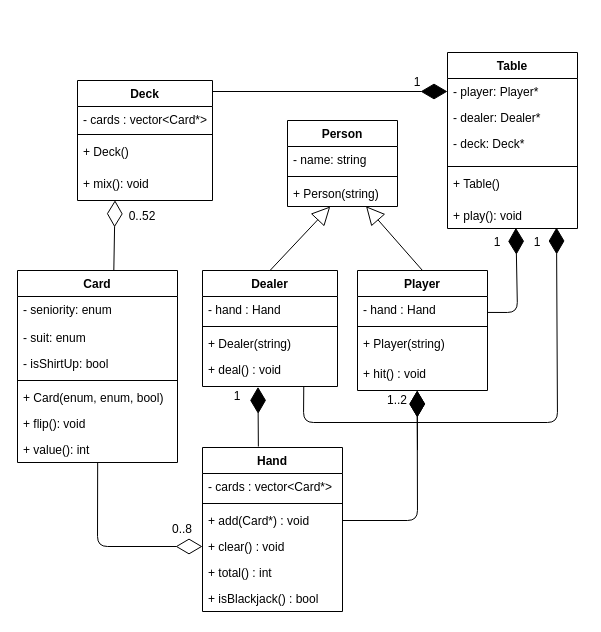
Above: docs/black_jack.drawio in oasiskharkov/Blackjack (draw.io), before the change. Source tidied: cells renumbered, new cells numbered last; positions are measured from the earlier drawing's top-left corner, leaving out a move shared by most shapes. Both pictures are drawn from the tidied source at 100%, with x=0, y=0 at pixel (17, 52).
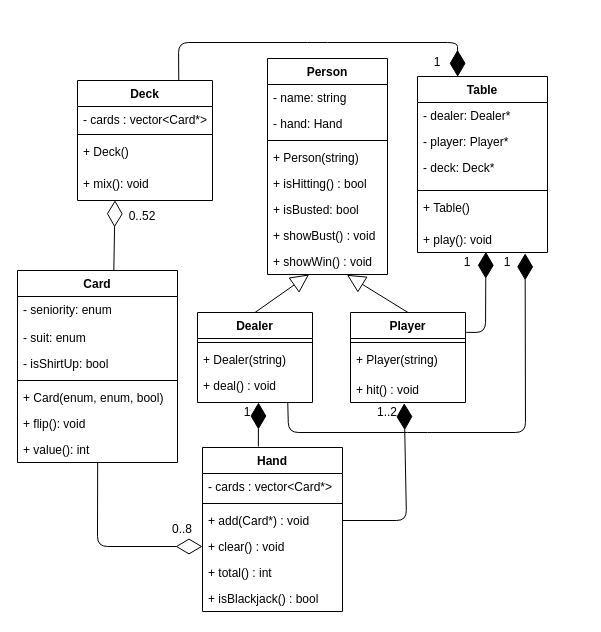
After the change.

Unchanged cells that the change refers to:
```xml
<mxCell id="10" value="Deck" style="swimlane;fontStyle=1;align=center;verticalAlign=top;horizontal=1;startSize=26;comic=0;" parent="1" vertex="1">
  <mxGeometry x="60" y="28" width="135" height="120" as="geometry" />
</mxCell>
<mxCell id="37" value="+ play(): void" style="text;strokeColor=none;fillColor=none;align=left;verticalAlign=top;spacingLeft=4;spacingRight=4;overflow=hidden;points=[[0,0.5],[1,0.5]];portConstraint=eastwest;comic=0;" parent="31" vertex="1">
  <mxGeometry y="150" width="130" height="26" as="geometry" />
</mxCell>
<mxCell id="46" value="Hand&#10;" style="swimlane;fontStyle=1;align=center;verticalAlign=top;horizontal=1;startSize=26;" parent="1" vertex="1">
  <mxGeometry x="185" y="395" width="140" height="164" as="geometry" />
</mxCell>
<mxCell id="49" value="+ add(Card*) : void" style="text;strokeColor=none;fillColor=none;align=left;verticalAlign=top;spacingLeft=4;spacingRight=4;overflow=hidden;points=[[0,0.5],[1,0.5]];portConstraint=eastwest;" parent="46" vertex="1">
  <mxGeometry y="60" width="140" height="26" as="geometry" />
</mxCell>
```

The edit, as a diff of the source:
```diff
@@
     <mxCell id="15" value="Person" style="swimlane;fontStyle=1;align=center;verticalAlign=top;horizontal=1;startSize=26;comic=0;" parent="1" vertex="1">
-      <mxGeometry x="270" y="68" width="110" height="86" as="geometry" />
+      <mxGeometry x="250" y="6" width="120" height="216" as="geometry" />
     </mxCell>
     <mxCell id="16" value="- name: string" style="text;strokeColor=none;fillColor=none;align=left;verticalAlign=top;spacingLeft=4;spacingRight=4;overflow=hidden;" parent="15" vertex="1">
-      <mxGeometry y="26" width="110" height="26" as="geometry" />
+      <mxGeometry y="26" width="120" height="26" as="geometry" />
     </mxCell>
+    <mxCell id="60" value="- hand: Hand" style="text;strokeColor=none;fillColor=none;align=left;verticalAlign=top;spacingLeft=4;spacingRight=4;overflow=hidden;" parent="15" vertex="1">
+      <mxGeometry y="52" width="120" height="26" as="geometry" />
+    </mxCell>
     <mxCell id="17" style="line;strokeWidth=1;fillColor=none;align=left;verticalAlign=middle;spacingTop=-1;spacingLeft=3;spacingRight=3;labelPosition=right;" parent="15" vertex="1">
-      <mxGeometry y="52" width="110" height="8" as="geometry" />
+      <mxGeometry y="78" width="120" height="8" as="geometry" />
     </mxCell>
     <mxCell id="18" value="+ Person(string)" style="text;strokeColor=none;fillColor=none;align=left;verticalAlign=top;spacingLeft=4;spacingRight=4;overflow=hidden;points=[[0,0.5],[1,0.5]];portConstraint=eastwest;" parent="15" vertex="1">
-      <mxGeometry y="60" width="110" height="26" as="geometry" />
+      <mxGeometry y="86" width="120" height="26" as="geometry" />
     </mxCell>
+    <mxCell id="61" value="+ isHitting() : bool&#10;" style="text;strokeColor=none;fillColor=none;align=left;verticalAlign=top;spacingLeft=4;spacingRight=4;overflow=hidden;" parent="15" vertex="1">
+      <mxGeometry y="112" width="120" height="26" as="geometry" />
+    </mxCell>
+    <mxCell id="62" value="+ isBusted: bool" style="text;strokeColor=none;fillColor=none;align=left;verticalAlign=top;spacingLeft=4;spacingRight=4;overflow=hidden;" parent="15" vertex="1">
+      <mxGeometry y="138" width="120" height="26" as="geometry" />
+    </mxCell>
+    <mxCell id="63" value="+ showBust() : void" style="text;strokeColor=none;fillColor=none;align=left;verticalAlign=top;spacingLeft=4;spacingRight=4;overflow=hidden;" parent="15" vertex="1">
+      <mxGeometry y="164" width="120" height="26" as="geometry" />
+    </mxCell>
+    <mxCell id="64" value="+ showWin() : void" style="text;strokeColor=none;fillColor=none;align=left;verticalAlign=top;spacingLeft=4;spacingRight=4;overflow=hidden;points=[[0,0.5],[1,0.5]];portConstraint=eastwest;" parent="15" vertex="1">
+      <mxGeometry y="190" width="120" height="26" as="geometry" />
+    </mxCell>
     <mxCell id="19" value="Dealer" style="swimlane;fontStyle=1;align=center;verticalAlign=top;horizontal=1;startSize=26;comic=0;" parent="1" vertex="1">
-      <mxGeometry x="185" y="218" width="135" height="116" as="geometry" />
+      <mxGeometry x="180" y="260" width="115" height="90" as="geometry" />
     </mxCell>
-    <mxCell id="20" value="- hand : Hand  " style="text;strokeColor=none;fillColor=none;align=left;verticalAlign=top;spacingLeft=4;spacingRight=4;overflow=hidden;" parent="19" vertex="1">
-      <mxGeometry y="26" width="135" height="26" as="geometry" />
-    </mxCell>
     <mxCell id="21" style="line;strokeWidth=1;fillColor=none;align=left;verticalAlign=middle;spacingTop=-1;spacingLeft=3;spacingRight=3;labelPosition=right;" parent="19" vertex="1">
-      <mxGeometry y="52" width="135" height="8" as="geometry" />
+      <mxGeometry y="26" width="115" height="8" as="geometry" />
     </mxCell>
     <mxCell id="22" value="+ Dealer(string)" style="text;strokeColor=none;fillColor=none;align=left;verticalAlign=top;spacingLeft=4;spacingRight=4;overflow=hidden;comic=0;" parent="19" vertex="1">
-      <mxGeometry y="60" width="135" height="26" as="geometry" />
+      <mxGeometry y="34" width="115" height="26" as="geometry" />
     </mxCell>
     <mxCell id="23" value="+ deal() : void" style="text;strokeColor=none;fillColor=none;align=left;verticalAlign=top;spacingLeft=4;spacingRight=4;overflow=hidden;points=[[0,0.5],[1,0.5]];portConstraint=eastwest;" parent="19" vertex="1">
-      <mxGeometry y="86" width="135" height="30" as="geometry" />
+      <mxGeometry y="60" width="115" height="30" as="geometry" />
     </mxCell>
     <mxCell id="24" value="Player" style="swimlane;fontStyle=1;align=center;verticalAlign=top;horizontal=1;startSize=26;comic=0;" parent="1" vertex="1">
-      <mxGeometry x="340" y="218" width="130" height="120" as="geometry" />
+      <mxGeometry x="333" y="260" width="115" height="90" as="geometry" />
     </mxCell>
-    <mxCell id="25" value="- hand : Hand" style="text;strokeColor=none;fillColor=none;align=left;verticalAlign=top;spacingLeft=4;spacingRight=4;overflow=hidden;points=[[0,0.5],[1,0.5]];portConstraint=eastwest;" parent="24" vertex="1">
-      <mxGeometry y="26" width="130" height="26" as="geometry" />
-    </mxCell>
     <mxCell id="26" style="line;strokeWidth=1;fillColor=none;align=left;verticalAlign=middle;spacingTop=-1;spacingLeft=3;spacingRight=3;labelPosition=right;" parent="24" vertex="1">
-      <mxGeometry y="52" width="130" height="8" as="geometry" />
+      <mxGeometry y="26" width="115" height="8" as="geometry" />
     </mxCell>
     <mxCell id="27" value="+ Player(string)" style="text;strokeColor=none;fillColor=none;align=left;verticalAlign=top;spacingLeft=4;spacingRight=4;overflow=hidden;" parent="24" vertex="1">
-      <mxGeometry y="60" width="130" height="30" as="geometry" />
+      <mxGeometry y="34" width="115" height="30" as="geometry" />
     </mxCell>
     <mxCell id="28" value="+ hit() : void" style="text;strokeColor=none;fillColor=none;align=left;verticalAlign=top;spacingLeft=4;spacingRight=4;overflow=hidden;points=[[0,0.5],[1,0.5]];portConstraint=eastwest;comic=0;" parent="24" vertex="1">
-      <mxGeometry y="90" width="130" height="30" as="geometry" />
+      <mxGeometry y="64" width="115" height="26" as="geometry" />
     </mxCell>
-    <mxCell id="29" style="endArrow=block;endSize=16;endFill=0;html=1;exitX=0.5;exitY=0;exitDx=0;exitDy=0;" parent="1" edge="1" source="19" target="18">
+    <mxCell id="29" style="endArrow=block;endSize=16;endFill=0;html=1;exitX=0.5;exitY=0;exitDx=0;exitDy=0;" parent="1" edge="1" source="19" target="64">
       <mxGeometry relative="1" as="geometry" />
     </mxCell>
-    <mxCell id="30" style="endArrow=block;endSize=16;endFill=0;html=1;entryX=0.714;entryY=0.99;entryDx=0;entryDy=0;entryPerimeter=0;exitX=0.5;exitY=0;exitDx=0;exitDy=0;" parent="1" edge="1" source="24" target="18">
+    <mxCell id="30" style="endArrow=block;endSize=16;endFill=0;html=1;entryX=0.662;entryY=1.013;entryDx=0;entryDy=0;entryPerimeter=0;exitX=0.5;exitY=0;exitDx=0;exitDy=0;" parent="1" edge="1" source="24" target="64">
       <mxGeometry relative="1" as="geometry" />
     </mxCell>
     <mxCell id="31" value="Table" style="swimlane;fontStyle=1;align=center;verticalAlign=top;horizontal=1;startSize=26;comic=0;" parent="1" vertex="1">
-      <mxGeometry x="430" width="130" height="176" as="geometry" />
+      <mxGeometry x="400" y="24" width="130" height="176" as="geometry" />
     </mxCell>
+    <mxCell id="33" value="- dealer: Dealer*" style="text;strokeColor=none;fillColor=none;align=left;verticalAlign=top;spacingLeft=4;spacingRight=4;overflow=hidden;comic=0;" parent="31" vertex="1">
+      <mxGeometry y="26" width="130" height="26" as="geometry" />
+    </mxCell>
     <mxCell id="32" value="- player: Player*" style="text;strokeColor=none;fillColor=none;align=left;verticalAlign=top;spacingLeft=4;spacingRight=4;overflow=hidden;points=[[0,0.5],[1,0.5]];portConstraint=eastwest;comic=0;" parent="31" vertex="1">
-      <mxGeometry y="26" width="130" height="26" as="geometry" />
+      <mxGeometry y="52" width="130" height="26" as="geometry" />
     </mxCell>
-    <mxCell id="33" value="- dealer: Dealer*" style="text;strokeColor=none;fillColor=none;align=left;verticalAlign=top;spacingLeft=4;spacingRight=4;overflow=hidden;comic=0;" parent="31" vertex="1">
-      <mxGeometry y="52" width="130" height="26" as="geometry" />
-    </mxCell>
@@
-    <mxCell id="38" style="endArrow=diamondThin;endFill=1;endSize=24;html=1;entryX=0;entryY=0.5;entryDx=0;entryDy=0;" parent="1" edge="1" target="32">
+    <mxCell id="38" style="endArrow=diamondThin;endFill=1;endSize=24;html=1;entryX=0.309;entryY=0.002;entryDx=0;entryDy=0;entryPerimeter=0;exitX=0.75;exitY=0;exitDx=0;exitDy=0;" parent="1" edge="1" source="10" target="31">
       <mxGeometry relative="1" as="geometry">
-        <mxPoint x="195" y="39" as="sourcePoint" />
+        <Array as="points">
+          <mxPoint x="161" y="-10" />
+          <mxPoint x="300" y="-10" />
+          <mxPoint x="440" y="-10" />
+        </Array>
       </mxGeometry>
     </mxCell>
@@
     <mxCell id="40" value="1" style="text;html=1;strokeColor=none;fillColor=none;align=center;verticalAlign=middle;whiteSpace=wrap;rounded=0;comic=0;" parent="1" vertex="1">
-      <mxGeometry x="390" y="20" width="20" height="20" as="geometry" />
+      <mxGeometry x="410" width="20" height="20" as="geometry" />
     </mxCell>
-    <mxCell id="41" style="endArrow=diamondThin;endFill=1;endSize=24;html=1;exitX=1.004;exitY=0.613;exitDx=0;exitDy=0;exitPerimeter=0;entryX=0.526;entryY=0.974;entryDx=0;entryDy=0;entryPerimeter=0;" parent="1" edge="1" source="25" target="37">
+    <mxCell id="41" style="endArrow=diamondThin;endFill=1;endSize=24;html=1;exitX=1.006;exitY=0.221;exitDx=0;exitDy=0;exitPerimeter=0;entryX=0.526;entryY=0.974;entryDx=0;entryDy=0;entryPerimeter=0;" parent="1" edge="1" source="24" target="37">
       <mxGeometry relative="1" as="geometry">
         <Array as="points">
-          <mxPoint x="500" y="260" />
+          <mxPoint x="468" y="280" />
         </Array>
       </mxGeometry>
     </mxCell>
     <mxCell id="42" value="1" style="text;html=1;strokeColor=none;fillColor=none;align=center;verticalAlign=middle;whiteSpace=wrap;rounded=0;comic=0;" parent="1" vertex="1">
-      <mxGeometry x="470" y="180" width="20" height="20" as="geometry" />
+      <mxGeometry x="440" y="200" width="20" height="20" as="geometry" />
     </mxCell>
     <mxCell id="43" value="1" style="text;html=1;strokeColor=none;fillColor=none;align=center;verticalAlign=middle;whiteSpace=wrap;rounded=0;comic=0;" parent="1" vertex="1">
-      <mxGeometry x="510" y="180" width="20" height="20" as="geometry" />
+      <mxGeometry x="480" y="200" width="20" height="20" as="geometry" />
     </mxCell>
-    <mxCell id="44" style="endArrow=diamondThin;endFill=1;endSize=24;html=1;exitX=0.75;exitY=1;exitDx=0;exitDy=0;" parent="1" edge="1" source="19">
-      <mxGeometry relative="1" as="geometry">
-        <mxPoint x="539" y="175" as="targetPoint" />
-        <Array as="points">
-          <mxPoint x="286" y="370" />
-          <mxPoint x="540" y="370" />
-        </Array>
-      </mxGeometry>
-    </mxCell>
@@
-    <mxCell id="55" style="endArrow=diamondThin;endFill=1;endSize=24;html=1;exitX=0.399;exitY=-0.006;exitDx=0;exitDy=0;exitPerimeter=0;entryX=0.411;entryY=1.013;entryDx=0;entryDy=0;entryPerimeter=0;" parent="1" edge="1" source="46" target="23">
-      <mxGeometry relative="1" as="geometry" />
+    <mxCell id="55" style="endArrow=diamondThin;endFill=1;endSize=24;html=1;exitX=0.399;exitY=-0.006;exitDx=0;exitDy=0;exitPerimeter=0;" parent="1" edge="1" source="46">
+      <mxGeometry relative="1" as="geometry">
+        <mxPoint x="241" y="350" as="targetPoint" />
+      </mxGeometry>
     </mxCell>
     <mxCell id="56" value="1" style="text;html=1;strokeColor=none;fillColor=none;align=center;verticalAlign=middle;whiteSpace=wrap;rounded=0;comic=0;" parent="1" vertex="1">
-      <mxGeometry x="210" y="334" width="20" height="20" as="geometry" />
+      <mxGeometry x="220" y="350" width="20" height="20" as="geometry" />
     </mxCell>
-    <mxCell id="57" style="endArrow=diamondThin;endFill=1;endSize=24;html=1;exitX=0.399;exitY=-0.006;exitDx=0;exitDy=0;exitPerimeter=0;entryX=0.411;entryY=1.013;entryDx=0;entryDy=0;entryPerimeter=0;" parent="1" edge="1">
-      <mxGeometry relative="1" as="geometry">
-        <mxPoint x="400" y="397.6" as="sourcePoint" />
-        <mxPoint x="399.7" y="338" as="targetPoint" />
-      </mxGeometry>
-    </mxCell>
-    <mxCell id="58" style="endArrow=diamondThin;endFill=1;endSize=24;html=1;exitX=1;exitY=0.5;exitDx=0;exitDy=0;entryX=0.411;entryY=1.013;entryDx=0;entryDy=0;entryPerimeter=0;" parent="1" edge="1" source="49">
-      <mxGeometry relative="1" as="geometry">
-        <mxPoint x="399.7" y="338" as="targetPoint" />
-        <Array as="points">
-          <mxPoint x="400" y="468" />
-        </Array>
-      </mxGeometry>
-    </mxCell>
     <mxCell id="59" value="1..2" style="text;html=1;strokeColor=none;fillColor=none;align=center;verticalAlign=middle;whiteSpace=wrap;rounded=0;comic=0;" parent="1" vertex="1">
-      <mxGeometry x="370" y="338" width="20" height="20" as="geometry" />
+      <mxGeometry x="360" y="350" width="20" height="20" as="geometry" />
     </mxCell>
+    <mxCell id="65" style="endArrow=diamondThin;endFill=1;endSize=24;html=1;exitX=1;exitY=0.5;exitDx=0;exitDy=0;entryX=0.467;entryY=1.027;entryDx=0;entryDy=0;entryPerimeter=0;" parent="1" edge="1" source="49" target="28">
+      <mxGeometry relative="1" as="geometry">
+        <Array as="points">
+          <mxPoint x="389" y="468" />
+        </Array>
+      </mxGeometry>
+    </mxCell>
+    <mxCell id="66" style="endArrow=diamondThin;endFill=1;endSize=24;html=1;exitX=0.785;exitY=1;exitDx=0;exitDy=0;entryX=0.828;entryY=1.033;entryDx=0;entryDy=0;entryPerimeter=0;exitPerimeter=0;" parent="1" edge="1" source="23" target="37">
+      <mxGeometry relative="1" as="geometry">
+        <Array as="points">
+          <mxPoint x="271" y="380" />
+          <mxPoint x="400" y="380" />
+          <mxPoint x="508" y="380" />
+        </Array>
+      </mxGeometry>
+    </mxCell>
```
